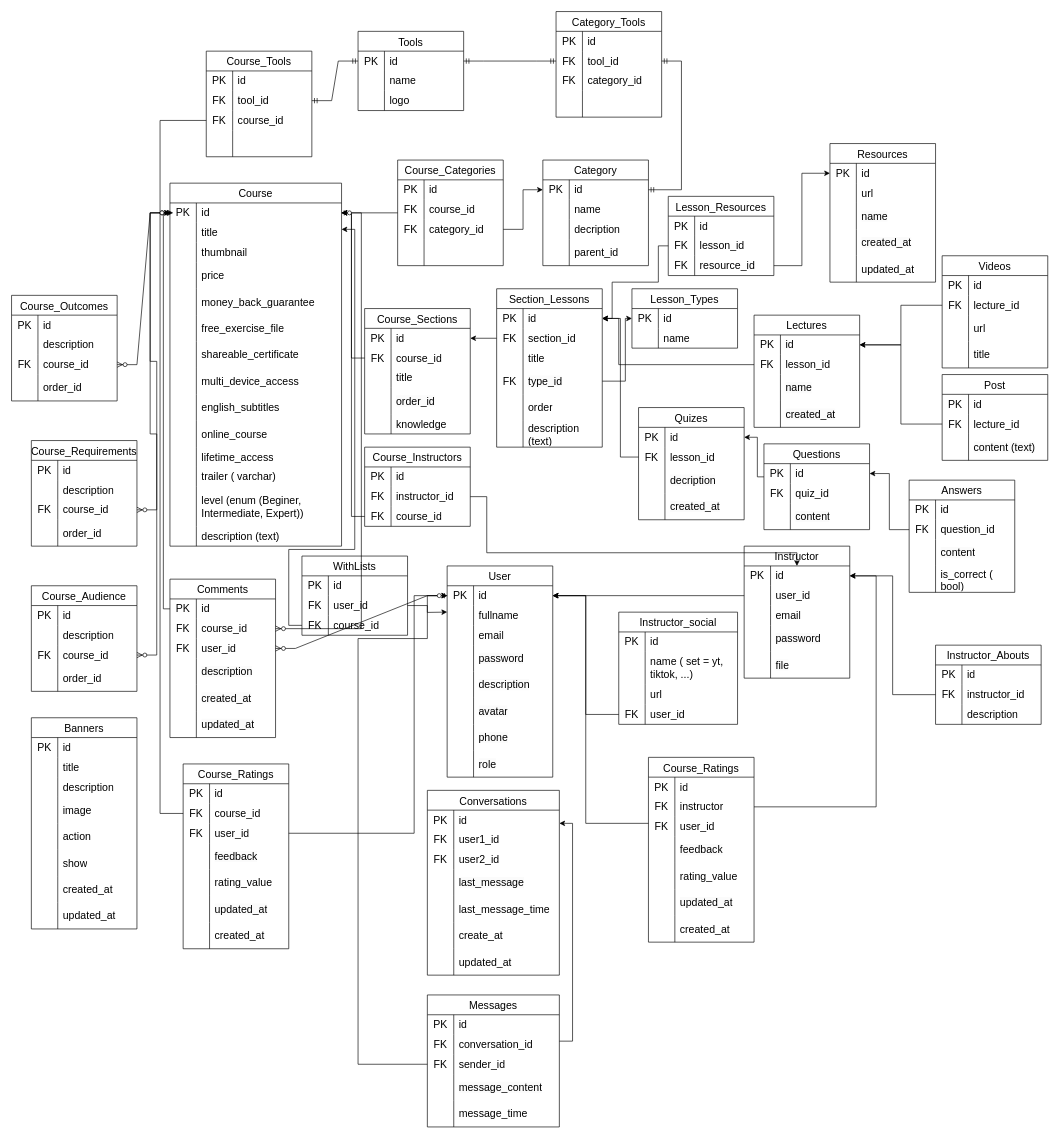
Above: techstudent.drawio in phuc1903/techstudent (draw.io), before the change. Source tidied: cells renumbered, new cells numbered last; positions are measured from the earlier drawing's top-left corner, leaving out a move shared by most shapes. Both pictures are drawn from the tidied source at 66%, with x=0, y=0 at pixel (11, 11).
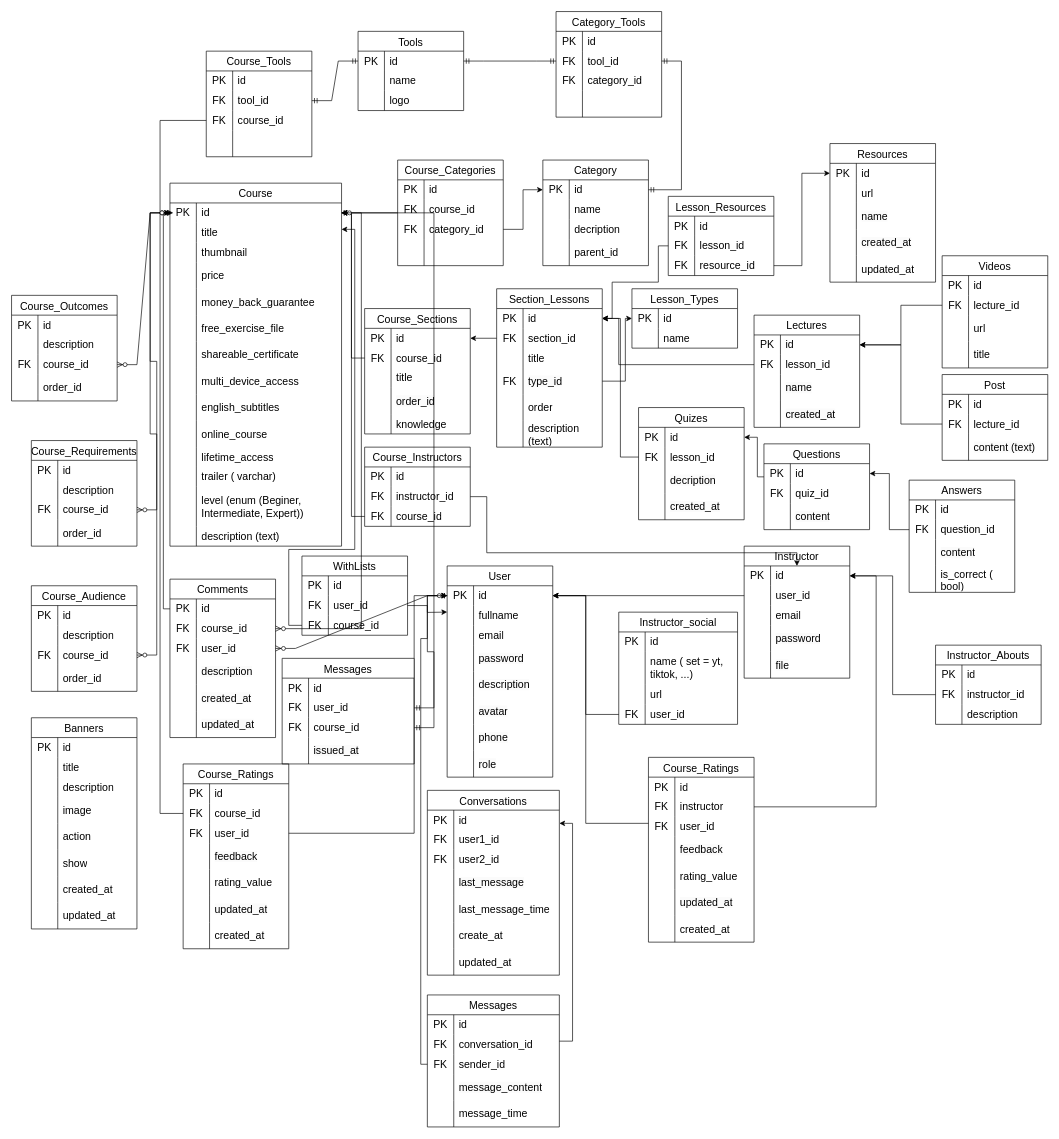
After the change.

Commit message:
Cập nhật techstudent.drawio

Unchanged cells that the change refers to:
```xml
<mxCell id="3" style="shape=tableRow;horizontal=0;startSize=0;swimlaneHead=0;swimlaneBody=0;top=0;left=0;bottom=0;right=0;fillColor=none;points=[[0,0.5],[1,0.5]];portConstraint=eastwest;strokeColor=inherit;fontSize=16;" parent="2" vertex="1">
  <mxGeometry y="30" width="260" height="30" as="geometry" />
</mxCell>
<mxCell id="151" style="shape=tableRow;horizontal=0;startSize=0;swimlaneHead=0;swimlaneBody=0;top=0;left=0;bottom=0;right=0;fillColor=none;points=[[0,0.5],[1,0.5]];portConstraint=eastwest;strokeColor=inherit;fontSize=16;" parent="150" vertex="1">
  <mxGeometry y="30" width="160" height="30" as="geometry" />
</mxCell>
<mxCell id="182" style="shape=tableRow;horizontal=0;startSize=0;swimlaneHead=0;swimlaneBody=0;top=0;left=0;bottom=0;right=0;fillColor=none;points=[[0,0.5],[1,0.5]];portConstraint=eastwest;strokeColor=inherit;fontSize=16;" parent="175" vertex="1">
  <mxGeometry y="90" width="160" height="30" as="geometry" />
</mxCell>
<mxCell id="323" style="shape=tableRow;horizontal=0;startSize=0;swimlaneHead=0;swimlaneBody=0;top=0;left=0;bottom=0;right=0;fillColor=none;points=[[0,0.5],[1,0.5]];portConstraint=eastwest;strokeColor=inherit;fontSize=16;" parent="316" vertex="1">
  <mxGeometry y="90" width="200" height="30" as="geometry" />
</mxCell>
```

Diff of the diagram source:
```diff
@@
     <mxCell id="333" style="edgeStyle=orthogonalEdgeStyle;rounded=0;jettySize=auto;html=1;" parent="1" edge="1" source="323" target="151">
       <mxGeometry relative="1" as="geometry">
         <Array as="points">
-          <mxPoint x="525" y="1595" />
-          <mxPoint x="525" y="950" />
+          <mxPoint x="620" y="1595" />
+          <mxPoint x="620" y="950" />
           <mxPoint x="630" y="950" />
           <mxPoint x="630" y="885" />
         </Array>
       </mxGeometry>
     </mxCell>
@@
     <mxCell id="528" style="edgeStyle=entityRelationEdgeStyle;fontSize=12;html=1;endArrow=ERzeroToMany;startArrow=ERzeroToOne;rounded=0;" parent="1" edge="1" source="151" target="182">
       <mxGeometry relative="1" as="geometry">
         <Array as="points">
           <mxPoint x="440" y="355" />
+          <mxPoint x="580" y="950" />
           <mxPoint x="590" y="980" />
           <mxPoint x="630" y="960" />
         </Array>
       </mxGeometry>
     </mxCell>
@@
+    <mxCell id="533" value="Messages" style="shape=table;startSize=30;childLayout=tableLayout;rowLines=0;fontStyle=0;strokeColor=default;fontSize=16;" parent="1" vertex="1">
+      <mxGeometry x="410" y="980" width="200" height="160" as="geometry" />
+    </mxCell>
+    <mxCell id="534" style="shape=tableRow;horizontal=0;startSize=0;swimlaneHead=0;swimlaneBody=0;top=0;left=0;bottom=0;right=0;fillColor=none;strokeColor=inherit;fontSize=16;" parent="533" vertex="1">
+      <mxGeometry y="30" width="200" height="30" as="geometry" />
+    </mxCell>
+    <mxCell id="535" value="PK" style="shape=partialRectangle;html=1;whiteSpace=wrap;fillColor=none;top=0;left=0;bottom=0;right=0;overflow=hidden;strokeColor=inherit;fontSize=16;" parent="534" vertex="1">
+      <mxGeometry width="40" height="30" as="geometry" />
+    </mxCell>
+    <mxCell id="536" value="id" style="shape=partialRectangle;html=1;whiteSpace=wrap;fillColor=none;top=0;left=0;bottom=0;right=0;align=left;spacingLeft=6;overflow=hidden;strokeColor=inherit;fontSize=16;" parent="534" vertex="1">
+      <mxGeometry x="40" width="160" height="30" as="geometry" />
+    </mxCell>
+    <mxCell id="537" style="shape=tableRow;horizontal=0;startSize=0;swimlaneHead=0;swimlaneBody=0;top=0;left=0;bottom=0;right=0;fillColor=none;points=[[0,0.5],[1,0.5]];portConstraint=eastwest;strokeColor=inherit;fontSize=16;" parent="533" vertex="1">
+      <mxGeometry y="60" width="200" height="30" as="geometry" />
+    </mxCell>
+    <mxCell id="538" value="FK" style="shape=partialRectangle;html=1;whiteSpace=wrap;fillColor=none;top=0;left=0;bottom=0;right=0;overflow=hidden;strokeColor=inherit;fontSize=16;" parent="537" vertex="1">
+      <mxGeometry width="40" height="30" as="geometry" />
+    </mxCell>
+    <mxCell id="539" value="user_id" style="shape=partialRectangle;html=1;whiteSpace=wrap;fillColor=none;top=0;left=0;bottom=0;right=0;align=left;spacingLeft=6;overflow=hidden;strokeColor=inherit;fontSize=16;" parent="537" vertex="1">
+      <mxGeometry x="40" width="160" height="30" as="geometry" />
+    </mxCell>
+    <mxCell id="540" style="shape=tableRow;horizontal=0;startSize=0;swimlaneHead=0;swimlaneBody=0;top=0;left=0;bottom=0;right=0;fillColor=none;points=[[0,0.5],[1,0.5]];portConstraint=eastwest;strokeColor=inherit;fontSize=16;" parent="533" vertex="1">
+      <mxGeometry y="90" width="200" height="30" as="geometry" />
+    </mxCell>
+    <mxCell id="541" value="FK" style="shape=partialRectangle;html=1;whiteSpace=wrap;fillColor=none;top=0;left=0;bottom=0;right=0;overflow=hidden;strokeColor=inherit;fontSize=16;" parent="540" vertex="1">
+      <mxGeometry width="40" height="30" as="geometry" />
+    </mxCell>
+    <mxCell id="542" value="course_id" style="shape=partialRectangle;html=1;whiteSpace=wrap;fillColor=none;top=0;left=0;bottom=0;right=0;align=left;spacingLeft=6;overflow=hidden;strokeColor=inherit;fontSize=16;" parent="540" vertex="1">
+      <mxGeometry x="40" width="160" height="30" as="geometry" />
+    </mxCell>
+    <mxCell id="543" style="shape=tableRow;horizontal=0;startSize=0;swimlaneHead=0;swimlaneBody=0;top=0;left=0;bottom=0;right=0;fillColor=none;strokeColor=inherit;fontSize=16;" parent="533" vertex="1">
+      <mxGeometry y="120" width="200" height="40" as="geometry" />
+    </mxCell>
+    <mxCell id="544" style="shape=partialRectangle;html=1;whiteSpace=wrap;fillColor=none;top=0;left=0;bottom=0;right=0;overflow=hidden;strokeColor=inherit;fontSize=16;" parent="543" vertex="1">
+      <mxGeometry width="40" height="40" as="geometry" />
+    </mxCell>
+    <mxCell id="545" value="&lt;span style=&quot;color: rgb(0, 0, 0); font-family: Helvetica; font-size: 16px; font-style: normal; font-variant-ligatures: normal; font-variant-caps: normal; font-weight: 400; letter-spacing: normal; orphans: 2; text-align: left; text-indent: 0px; text-transform: none; widows: 2; word-spacing: 0px; -webkit-text-stroke-width: 0px; white-space: normal; background-color: rgb(251, 251, 251); text-decoration-thickness: initial; text-decoration-style: initial; text-decoration-color: initial; display: inline !important; float: none;&quot;&gt;issued_at&lt;/span&gt;" style="shape=partialRectangle;html=1;whiteSpace=wrap;fillColor=none;top=0;left=0;bottom=0;right=0;align=left;spacingLeft=6;overflow=hidden;strokeColor=inherit;fontSize=16;" parent="543" vertex="1">
+      <mxGeometry x="40" width="160" height="40" as="geometry" />
+    </mxCell>
+    <mxCell id="546" style="edgeStyle=entityRelationEdgeStyle;fontSize=12;html=1;endArrow=ERmandOne;startArrow=ERmandOne;rounded=0;" parent="1" edge="1" source="537" target="151">
+      <mxGeometry relative="1" as="geometry" />
+    </mxCell>
+    <mxCell id="547" style="edgeStyle=entityRelationEdgeStyle;fontSize=12;html=1;endArrow=ERmandOne;startArrow=ERmandOne;rounded=0;" parent="1" edge="1" source="540" target="3">
+      <mxGeometry relative="1" as="geometry" />
+    </mxCell>
```
